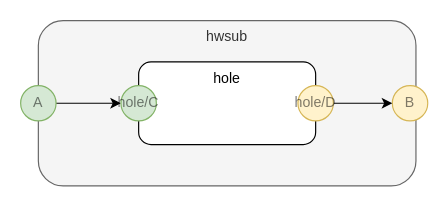
Before: page "hwsub" (2 of 8) of v2/hello.drawio in guitarvydas/asc-manually, a draw.io diagram. Source tidied: cells renumbered, new cells numbered last; positions are measured from the earlier drawing's top-left corner, leaving out a move shared by most shapes. Both pictures are drawn from the tidied source at 118%, with x=0, y=0 at pixel (20, 20).
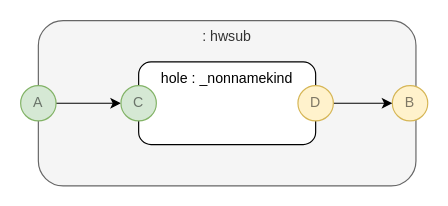
Above is the later version.

The edit, as a diff of the source:
```diff
@@
 <mxGraphModel>
   <root>
     <mxCell id="0" />
     <mxCell id="1" parent="0" />
-    <mxCell id="2" value="hwsub" style="rounded=1;whiteSpace=wrap;html=1;verticalAlign=top;fillColor=#f5f5f5;strokeColor=#666666;fontColor=#333333;" parent="1" vertex="1">
+    <mxCell id="2" value=": hwsub" style="rounded=1;whiteSpace=wrap;html=1;verticalAlign=top;fillColor=#f5f5f5;strokeColor=#666666;fontColor=#333333;" parent="1" vertex="1">
       <mxGeometry x="15" width="320" height="140" as="geometry" />
     </mxCell>
-    <mxCell id="3" value="hole" style="rounded=1;whiteSpace=wrap;html=1;verticalAlign=top;" parent="1" vertex="1">
+    <mxCell id="3" value="hole : _nonnamekind" style="rounded=1;whiteSpace=wrap;html=1;verticalAlign=top;" parent="1" vertex="1">
       <mxGeometry x="100" y="35" width="150" height="70" as="geometry" />
     </mxCell>
     <mxCell id="4" style="edgeStyle=orthogonalEdgeStyle;rounded=0;jettySize=auto;html=1;exitX=1;exitY=0.5;exitDx=0;exitDy=0;" parent="1" edge="1" source="5" target="7">
       <mxGeometry relative="1" as="geometry" />
     </mxCell>
     <mxCell id="5" value="A" style="ellipse;whiteSpace=wrap;html=1;fillColor=#d5e8d4;align=center;strokeColor=#82b366;textOpacity=50;" parent="1" vertex="1">
       <mxGeometry y="55" width="30" height="30" as="geometry" />
     </mxCell>
     <mxCell id="6" value="B" style="ellipse;whiteSpace=wrap;html=1;fillColor=#fff2cc;align=center;strokeColor=#d6b656;textOpacity=50;" parent="1" vertex="1">
       <mxGeometry x="315" y="55" width="30" height="30" as="geometry" />
     </mxCell>
-    <mxCell id="7" value="hole/C" style="ellipse;whiteSpace=wrap;html=1;fillColor=#d5e8d4;align=center;strokeColor=#82b366;textOpacity=50;" parent="1" vertex="1">
+    <mxCell id="7" value="C" style="ellipse;whiteSpace=wrap;html=1;fillColor=#d5e8d4;align=center;strokeColor=#82b366;textOpacity=50;" parent="1" vertex="1">
       <mxGeometry x="85" y="55" width="30" height="30" as="geometry" />
     </mxCell>
     <mxCell id="8" style="edgeStyle=orthogonalEdgeStyle;rounded=0;jettySize=auto;html=1;exitX=1;exitY=0.5;exitDx=0;exitDy=0;entryX=0;entryY=0.5;entryDx=0;entryDy=0;" parent="1" edge="1" source="9" target="6">
       <mxGeometry relative="1" as="geometry" />
     </mxCell>
-    <mxCell id="9" value="hole/D" style="ellipse;whiteSpace=wrap;html=1;fillColor=#fff2cc;align=center;strokeColor=#d6b656;textOpacity=50;" parent="1" vertex="1">
+    <mxCell id="9" value="D" style="ellipse;whiteSpace=wrap;html=1;fillColor=#fff2cc;align=center;strokeColor=#d6b656;textOpacity=50;" parent="1" vertex="1">
       <mxGeometry x="235" y="55" width="30" height="30" as="geometry" />
     </mxCell>
   </root>
 </mxGraphModel>
```
